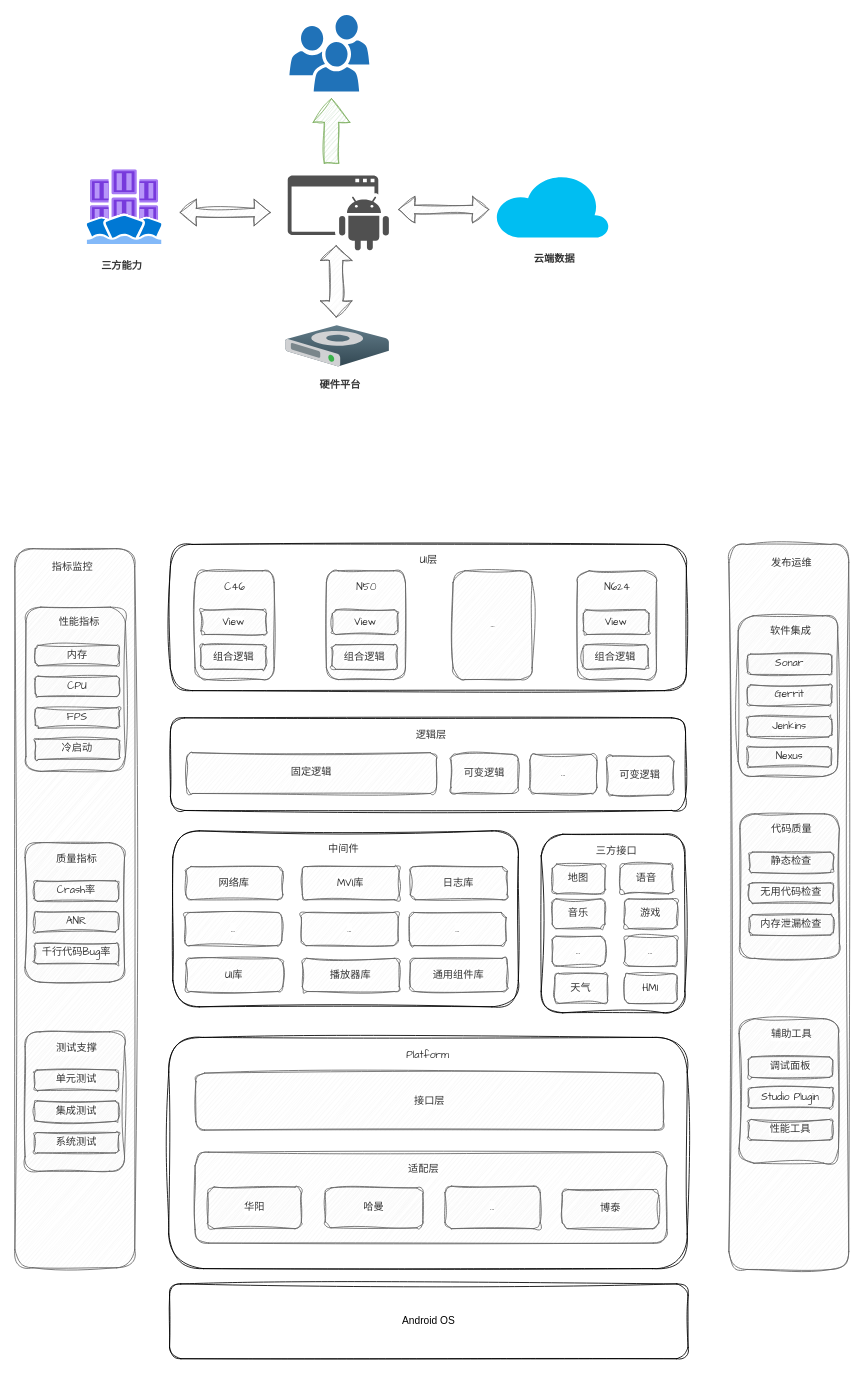
This is PPT.drawio from TryLoveCatch/charts, a draw.io file, before an edit. Source tidied: cells renumbered, new cells numbered last; positions are measured from the earlier drawing's top-left corner, leaving out a move shared by most shapes. Both pictures are drawn from the tidied source at 85%, with x=0, y=0 at pixel (14, 14).
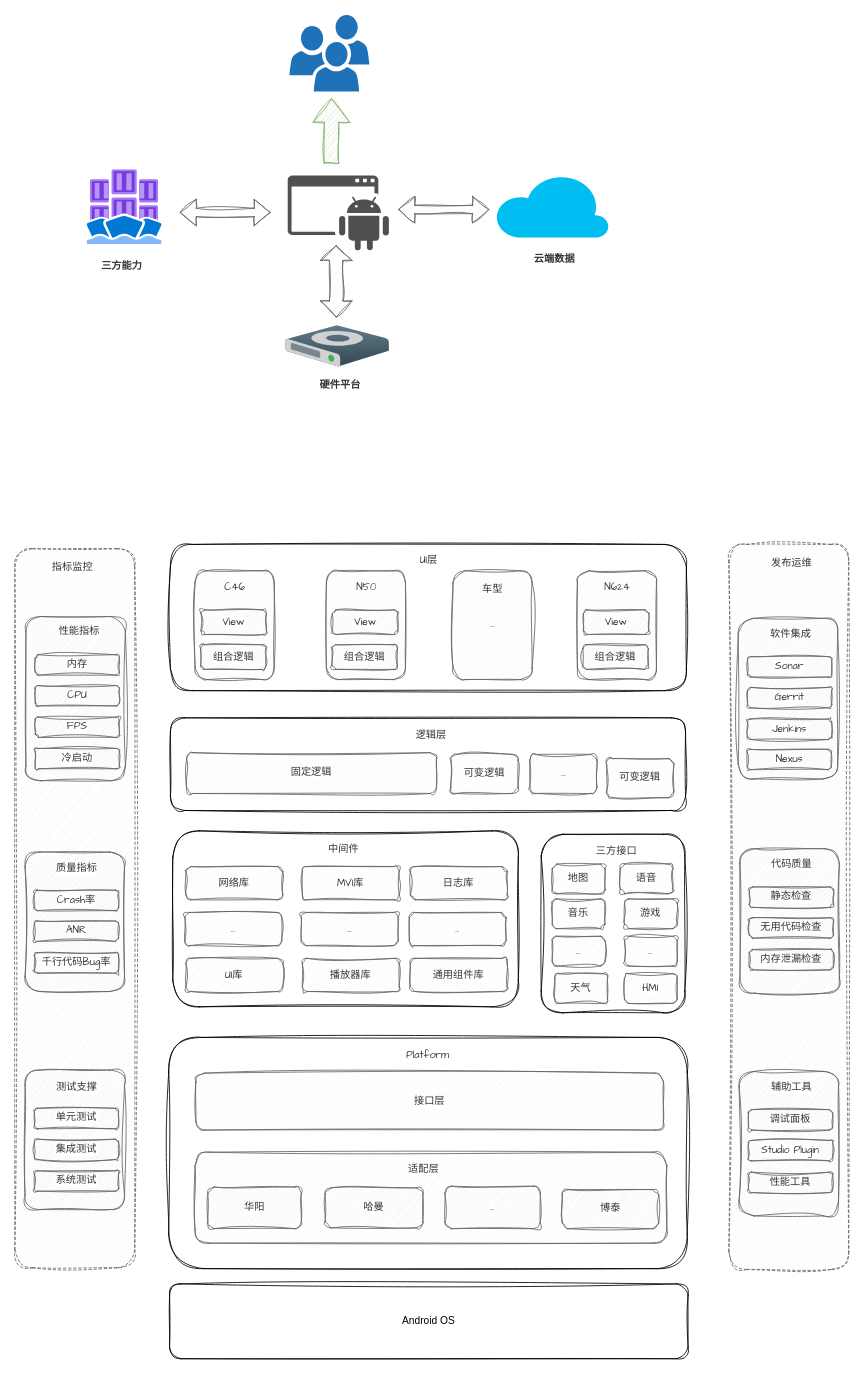
The same diagram, later.

Change to the diagram source:
```diff
@@
-    <mxCell id="42" style="rounded=1;whiteSpace=wrap;html=1;sketch=1;jiggle=2;curveFitting=1;strokeColor=#666666;align=center;verticalAlign=middle;fontFamily=Comic Sans MS;fontSize=12;fontColor=#333333;labelBackgroundColor=default;fillColor=#f5f5f5;" parent="1" vertex="1">
+    <mxCell id="42" style="rounded=1;whiteSpace=wrap;html=1;sketch=1;jiggle=2;curveFitting=1;strokeColor=#666666;align=center;verticalAlign=middle;fontFamily=Comic Sans MS;fontSize=12;fontColor=#333333;labelBackgroundColor=default;fillColor=#f5f5f5;dashed=1;" parent="1" vertex="1">
       <mxGeometry y="628" width="141" height="846" as="geometry" />
     </mxCell>
-    <mxCell id="43" style="rounded=1;whiteSpace=wrap;html=1;sketch=1;jiggle=2;curveFitting=1;strokeColor=#666666;align=center;verticalAlign=middle;fontFamily=Comic Sans MS;fontSize=12;fontColor=#333333;labelBackgroundColor=default;fillColor=#f5f5f5;" parent="1" vertex="1">
+    <mxCell id="43" style="rounded=1;whiteSpace=wrap;html=1;sketch=1;jiggle=2;curveFitting=1;strokeColor=#666666;align=center;verticalAlign=middle;fontFamily=Comic Sans MS;fontSize=12;fontColor=#333333;labelBackgroundColor=default;fillColor=#f5f5f5;dashed=1;" parent="1" vertex="1">
       <mxGeometry x="840" y="623" width="141" height="853" as="geometry" />
     </mxCell>
@@
     <mxCell id="52" value="可变逻辑" style="rounded=1;whiteSpace=wrap;html=1;sketch=1;jiggle=2;curveFitting=1;strokeColor=#666666;align=center;verticalAlign=middle;fontFamily=Comic Sans MS;fontSize=12;fontColor=#333333;labelBackgroundColor=default;fillColor=#f5f5f5;" parent="1" vertex="1">
-      <mxGeometry x="696.2" y="872" width="79" height="46" as="geometry" />
+      <mxGeometry x="696.2" y="875" width="79" height="46" as="geometry" />
     </mxCell>
@@
     <mxCell id="69" style="rounded=1;whiteSpace=wrap;html=1;sketch=1;jiggle=2;curveFitting=1;strokeColor=#666666;align=center;verticalAlign=middle;fontFamily=Comic Sans MS;fontSize=12;fontColor=#333333;labelBackgroundColor=default;fillColor=#f5f5f5;" parent="1" vertex="1">
-      <mxGeometry x="851" y="707" width="117" height="189" as="geometry" />
+      <mxGeometry x="851" y="710" width="117" height="189" as="geometry" />
     </mxCell>
     <mxCell id="70" value="软件集成" style="text;html=1;align=center;verticalAlign=middle;whiteSpace=wrap;rounded=0;fontFamily=Comic Sans MS;fontSize=12;fontColor=#333333;labelBackgroundColor=default;" parent="1" vertex="1">
-      <mxGeometry x="882.5" y="711" width="60" height="30" as="geometry" />
+      <mxGeometry x="882.5" y="714" width="60" height="30" as="geometry" />
     </mxCell>
     <mxCell id="71" value="Sonar" style="rounded=1;whiteSpace=wrap;html=1;sketch=1;jiggle=2;curveFitting=1;strokeColor=#666666;align=center;verticalAlign=middle;fontFamily=Comic Sans MS;fontSize=12;fontColor=#333333;labelBackgroundColor=default;fillColor=#f5f5f5;" parent="1" vertex="1">
-      <mxGeometry x="862" y="752" width="99" height="24" as="geometry" />
+      <mxGeometry x="862" y="755" width="99" height="24" as="geometry" />
     </mxCell>
     <mxCell id="72" value="Gerrit" style="rounded=1;whiteSpace=wrap;html=1;sketch=1;jiggle=2;curveFitting=1;strokeColor=#666666;align=center;verticalAlign=middle;fontFamily=Comic Sans MS;fontSize=12;fontColor=#333333;labelBackgroundColor=default;fillColor=#f5f5f5;" parent="1" vertex="1">
-      <mxGeometry x="862" y="788.2" width="99" height="24" as="geometry" />
+      <mxGeometry x="862" y="791.2" width="99" height="24" as="geometry" />
     </mxCell>
     <mxCell id="73" value="Jenkins" style="rounded=1;whiteSpace=wrap;html=1;sketch=1;jiggle=2;curveFitting=1;strokeColor=#666666;align=center;verticalAlign=middle;fontFamily=Comic Sans MS;fontSize=12;fontColor=#333333;labelBackgroundColor=default;fillColor=#f5f5f5;" parent="1" vertex="1">
-      <mxGeometry x="862" y="825.5" width="99" height="24" as="geometry" />
+      <mxGeometry x="862" y="828.5" width="99" height="24" as="geometry" />
     </mxCell>
     <mxCell id="74" style="rounded=1;whiteSpace=wrap;html=1;sketch=1;jiggle=2;curveFitting=1;strokeColor=#666666;align=center;verticalAlign=middle;fontFamily=Comic Sans MS;fontSize=12;fontColor=#333333;labelBackgroundColor=default;fillColor=#f5f5f5;" parent="1" vertex="1">
-      <mxGeometry x="853" y="940" width="117" height="170" as="geometry" />
+      <mxGeometry x="853" y="981" width="117" height="170" as="geometry" />
     </mxCell>
     <mxCell id="75" value="代码质量" style="text;html=1;align=center;verticalAlign=middle;whiteSpace=wrap;rounded=0;fontFamily=Comic Sans MS;fontSize=12;fontColor=#333333;labelBackgroundColor=default;" parent="1" vertex="1">
-      <mxGeometry x="883.5" y="943.9" width="60" height="30" as="geometry" />
+      <mxGeometry x="883.5" y="984.9" width="60" height="30" as="geometry" />
     </mxCell>
     <mxCell id="76" value="静态检查" style="rounded=1;whiteSpace=wrap;html=1;sketch=1;jiggle=2;curveFitting=1;strokeColor=#666666;align=center;verticalAlign=middle;fontFamily=Comic Sans MS;fontSize=12;fontColor=#333333;labelBackgroundColor=default;fillColor=#f5f5f5;" parent="1" vertex="1">
-      <mxGeometry x="864" y="985" width="99" height="24" as="geometry" />
+      <mxGeometry x="864" y="1026" width="99" height="24" as="geometry" />
     </mxCell>
     <mxCell id="77" value="无用代码检查" style="rounded=1;whiteSpace=wrap;html=1;sketch=1;jiggle=2;curveFitting=1;strokeColor=#666666;align=center;verticalAlign=middle;fontFamily=Comic Sans MS;fontSize=12;fontColor=#333333;labelBackgroundColor=default;fillColor=#f5f5f5;" parent="1" vertex="1">
-      <mxGeometry x="864" y="1021.2" width="99" height="24" as="geometry" />
+      <mxGeometry x="864" y="1062.2" width="99" height="24" as="geometry" />
     </mxCell>
     <mxCell id="78" value="内存泄漏检查" style="rounded=1;whiteSpace=wrap;html=1;sketch=1;jiggle=2;curveFitting=1;strokeColor=#666666;align=center;verticalAlign=middle;fontFamily=Comic Sans MS;fontSize=12;fontColor=#333333;labelBackgroundColor=default;fillColor=#f5f5f5;" parent="1" vertex="1">
-      <mxGeometry x="864" y="1058.5" width="99" height="24" as="geometry" />
+      <mxGeometry x="864" y="1099.5" width="99" height="24" as="geometry" />
     </mxCell>
     <mxCell id="79" value="Nexus" style="rounded=1;whiteSpace=wrap;html=1;sketch=1;jiggle=2;curveFitting=1;strokeColor=#666666;align=center;verticalAlign=middle;fontFamily=Comic Sans MS;fontSize=12;fontColor=#333333;labelBackgroundColor=default;fillColor=#f5f5f5;" parent="1" vertex="1">
-      <mxGeometry x="861.5" y="861" width="99" height="24" as="geometry" />
+      <mxGeometry x="861.5" y="864" width="99" height="24" as="geometry" />
     </mxCell>
     <mxCell id="80" style="rounded=1;whiteSpace=wrap;html=1;sketch=1;jiggle=2;curveFitting=1;strokeColor=#666666;align=center;verticalAlign=middle;fontFamily=Comic Sans MS;fontSize=12;fontColor=#333333;labelBackgroundColor=default;fillColor=#f5f5f5;" parent="1" vertex="1">
-      <mxGeometry x="852" y="1181" width="117" height="170" as="geometry" />
+      <mxGeometry x="852" y="1243" width="117" height="170" as="geometry" />
     </mxCell>
     <mxCell id="81" value="辅助工具" style="text;html=1;align=center;verticalAlign=middle;whiteSpace=wrap;rounded=0;fontFamily=Comic Sans MS;fontSize=12;fontColor=#333333;labelBackgroundColor=default;" parent="1" vertex="1">
-      <mxGeometry x="883.5" y="1185" width="60" height="30" as="geometry" />
+      <mxGeometry x="883.5" y="1247" width="60" height="30" as="geometry" />
     </mxCell>
     <mxCell id="82" value="调试面板" style="rounded=1;whiteSpace=wrap;html=1;sketch=1;jiggle=2;curveFitting=1;strokeColor=#666666;align=center;verticalAlign=middle;fontFamily=Comic Sans MS;fontSize=12;fontColor=#333333;labelBackgroundColor=default;fillColor=#f5f5f5;" parent="1" vertex="1">
-      <mxGeometry x="863" y="1226" width="99" height="24" as="geometry" />
+      <mxGeometry x="863" y="1288" width="99" height="24" as="geometry" />
     </mxCell>
     <mxCell id="83" value="Studio Plugin" style="rounded=1;whiteSpace=wrap;html=1;sketch=1;jiggle=2;curveFitting=1;strokeColor=#666666;align=center;verticalAlign=middle;fontFamily=Comic Sans MS;fontSize=12;fontColor=#333333;labelBackgroundColor=default;fillColor=#f5f5f5;" parent="1" vertex="1">
-      <mxGeometry x="863" y="1262.2" width="99" height="24" as="geometry" />
+      <mxGeometry x="863" y="1324.2" width="99" height="24" as="geometry" />
     </mxCell>
     <mxCell id="84" value="性能工具" style="rounded=1;whiteSpace=wrap;html=1;sketch=1;jiggle=2;curveFitting=1;strokeColor=#666666;align=center;verticalAlign=middle;fontFamily=Comic Sans MS;fontSize=12;fontColor=#333333;labelBackgroundColor=default;fillColor=#f5f5f5;" parent="1" vertex="1">
-      <mxGeometry x="863" y="1299.5" width="99" height="24" as="geometry" />
+      <mxGeometry x="863" y="1361.5" width="99" height="24" as="geometry" />
     </mxCell>
     <mxCell id="85" style="rounded=1;whiteSpace=wrap;html=1;sketch=1;jiggle=2;curveFitting=1;strokeColor=#666666;align=center;verticalAlign=middle;fontFamily=Comic Sans MS;fontSize=12;fontColor=#333333;labelBackgroundColor=default;fillColor=#f5f5f5;" parent="1" vertex="1">
-      <mxGeometry x="13" y="696.8" width="117" height="193.2" as="geometry" />
+      <mxGeometry x="13" y="707.8" width="117" height="193.2" as="geometry" />
     </mxCell>
     <mxCell id="86" value="性能指标" style="text;html=1;align=center;verticalAlign=middle;whiteSpace=wrap;rounded=0;fontFamily=Comic Sans MS;fontSize=12;fontColor=#333333;labelBackgroundColor=default;" parent="1" vertex="1">
-      <mxGeometry x="45.5" y="700" width="60" height="30" as="geometry" />
+      <mxGeometry x="45.5" y="711" width="60" height="30" as="geometry" />
     </mxCell>
     <mxCell id="87" value="内存" style="rounded=1;whiteSpace=wrap;html=1;sketch=1;jiggle=2;curveFitting=1;strokeColor=#666666;align=center;verticalAlign=middle;fontFamily=Comic Sans MS;fontSize=12;fontColor=#333333;labelBackgroundColor=default;fillColor=#f5f5f5;" parent="1" vertex="1">
-      <mxGeometry x="24" y="741.8" width="99" height="24" as="geometry" />
+      <mxGeometry x="24" y="752.8" width="99" height="24" as="geometry" />
     </mxCell>
     <mxCell id="88" value="CPU" style="rounded=1;whiteSpace=wrap;html=1;sketch=1;jiggle=2;curveFitting=1;strokeColor=#666666;align=center;verticalAlign=middle;fontFamily=Comic Sans MS;fontSize=12;fontColor=#333333;labelBackgroundColor=default;fillColor=#f5f5f5;" parent="1" vertex="1">
-      <mxGeometry x="24" y="778" width="99" height="24" as="geometry" />
+      <mxGeometry x="24" y="789" width="99" height="24" as="geometry" />
     </mxCell>
     <mxCell id="89" value="FPS" style="rounded=1;whiteSpace=wrap;html=1;sketch=1;jiggle=2;curveFitting=1;strokeColor=#666666;align=center;verticalAlign=middle;fontFamily=Comic Sans MS;fontSize=12;fontColor=#333333;labelBackgroundColor=default;fillColor=#f5f5f5;" parent="1" vertex="1">
-      <mxGeometry x="24" y="815.2" width="99" height="24" as="geometry" />
+      <mxGeometry x="24" y="826.2" width="99" height="24" as="geometry" />
     </mxCell>
@@
     <mxCell id="91" value="冷启动" style="rounded=1;whiteSpace=wrap;html=1;sketch=1;jiggle=2;curveFitting=1;strokeColor=#666666;align=center;verticalAlign=middle;fontFamily=Comic Sans MS;fontSize=12;fontColor=#333333;labelBackgroundColor=default;fillColor=#f5f5f5;" parent="1" vertex="1">
-      <mxGeometry x="24" y="852" width="99" height="24" as="geometry" />
+      <mxGeometry x="24" y="863" width="99" height="24" as="geometry" />
     </mxCell>
     <mxCell id="92" style="rounded=1;whiteSpace=wrap;html=1;sketch=1;jiggle=2;curveFitting=1;strokeColor=#666666;align=center;verticalAlign=middle;fontFamily=Comic Sans MS;fontSize=12;fontColor=#333333;labelBackgroundColor=default;fillColor=#f5f5f5;" parent="1" vertex="1">
-      <mxGeometry x="12" y="973.9" width="117" height="164.1" as="geometry" />
+      <mxGeometry x="12" y="984.9" width="117" height="164.1" as="geometry" />
     </mxCell>
     <mxCell id="93" value="质量指标" style="text;html=1;align=center;verticalAlign=middle;whiteSpace=wrap;rounded=0;fontFamily=Comic Sans MS;fontSize=12;fontColor=#333333;labelBackgroundColor=default;" parent="1" vertex="1">
-      <mxGeometry x="42.5" y="979" width="60" height="30" as="geometry" />
+      <mxGeometry x="42.5" y="990" width="60" height="30" as="geometry" />
     </mxCell>
     <mxCell id="94" value="Crash率" style="rounded=1;whiteSpace=wrap;html=1;sketch=1;jiggle=2;curveFitting=1;strokeColor=#666666;align=center;verticalAlign=middle;fontFamily=Comic Sans MS;fontSize=12;fontColor=#333333;labelBackgroundColor=default;fillColor=#f5f5f5;" parent="1" vertex="1">
-      <mxGeometry x="23" y="1018.9" width="99" height="24" as="geometry" />
+      <mxGeometry x="23" y="1029.9" width="99" height="24" as="geometry" />
     </mxCell>
     <mxCell id="95" value="ANR" style="rounded=1;whiteSpace=wrap;html=1;sketch=1;jiggle=2;curveFitting=1;strokeColor=#666666;align=center;verticalAlign=middle;fontFamily=Comic Sans MS;fontSize=12;fontColor=#333333;labelBackgroundColor=default;fillColor=#f5f5f5;" parent="1" vertex="1">
-      <mxGeometry x="23" y="1055.1" width="99" height="24" as="geometry" />
+      <mxGeometry x="23" y="1066.1" width="99" height="24" as="geometry" />
     </mxCell>
     <mxCell id="96" value="千行代码Bug率" style="rounded=1;whiteSpace=wrap;html=1;sketch=1;jiggle=2;curveFitting=1;strokeColor=#666666;align=center;verticalAlign=middle;fontFamily=Comic Sans MS;fontSize=12;fontColor=#333333;labelBackgroundColor=default;fillColor=#f5f5f5;" parent="1" vertex="1">
-      <mxGeometry x="23" y="1092.4" width="99" height="24" as="geometry" />
+      <mxGeometry x="23" y="1103.4" width="99" height="24" as="geometry" />
     </mxCell>
     <mxCell id="97" style="rounded=1;whiteSpace=wrap;html=1;sketch=1;jiggle=2;curveFitting=1;strokeColor=#666666;align=center;verticalAlign=middle;fontFamily=Comic Sans MS;fontSize=12;fontColor=#333333;labelBackgroundColor=default;fillColor=#f5f5f5;" parent="1" vertex="1">
-      <mxGeometry x="12" y="1196.4" width="117" height="164.1" as="geometry" />
+      <mxGeometry x="12" y="1241.4" width="117" height="164.1" as="geometry" />
     </mxCell>
     <mxCell id="98" value="测试支撑" style="text;html=1;align=center;verticalAlign=middle;whiteSpace=wrap;rounded=0;fontFamily=Comic Sans MS;fontSize=12;fontColor=#333333;labelBackgroundColor=default;" parent="1" vertex="1">
-      <mxGeometry x="42.5" y="1201.6" width="60" height="30" as="geometry" />
+      <mxGeometry x="42.5" y="1246.6" width="60" height="30" as="geometry" />
     </mxCell>
     <mxCell id="99" value="单元测试" style="rounded=1;whiteSpace=wrap;html=1;sketch=1;jiggle=2;curveFitting=1;strokeColor=#666666;align=center;verticalAlign=middle;fontFamily=Comic Sans MS;fontSize=12;fontColor=#333333;labelBackgroundColor=default;fillColor=#f5f5f5;" parent="1" vertex="1">
-      <mxGeometry x="23" y="1241.4" width="99" height="24" as="geometry" />
+      <mxGeometry x="23" y="1286.4" width="99" height="24" as="geometry" />
     </mxCell>
     <mxCell id="100" value="集成测试" style="rounded=1;whiteSpace=wrap;html=1;sketch=1;jiggle=2;curveFitting=1;strokeColor=#666666;align=center;verticalAlign=middle;fontFamily=Comic Sans MS;fontSize=12;fontColor=#333333;labelBackgroundColor=default;fillColor=#f5f5f5;" parent="1" vertex="1">
-      <mxGeometry x="23" y="1277.7" width="99" height="24" as="geometry" />
+      <mxGeometry x="23" y="1322.7" width="99" height="24" as="geometry" />
     </mxCell>
     <mxCell id="101" value="系统测试" style="rounded=1;whiteSpace=wrap;html=1;sketch=1;jiggle=2;curveFitting=1;strokeColor=#666666;align=center;verticalAlign=middle;fontFamily=Comic Sans MS;fontSize=12;fontColor=#333333;labelBackgroundColor=default;fillColor=#f5f5f5;" parent="1" vertex="1">
-      <mxGeometry x="23" y="1314.9" width="99" height="24" as="geometry" />
+      <mxGeometry x="23" y="1359.9" width="99" height="24" as="geometry" />
     </mxCell>
+    <mxCell id="102" value="车型" style="text;html=1;align=center;verticalAlign=middle;whiteSpace=wrap;rounded=0;fontFamily=Comic Sans MS;fontSize=12;fontColor=#333333;labelBackgroundColor=default;" parent="1" vertex="1">
+      <mxGeometry x="532" y="661" width="60" height="30" as="geometry" />
+    </mxCell>
```
